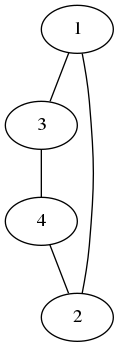
The Graphviz diagram graph.dot.png in Boneau2007/VAA, before a commit. Its source is kept beside it as graph.dot.
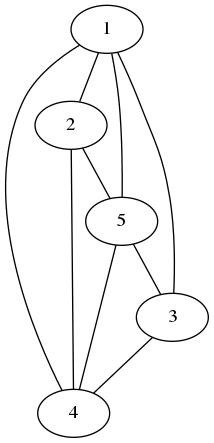
Later version of the same file.

Change to the diagram source:
```diff
@@ -1,6 +1,11 @@
 graph G {
-1 -- 3;
-2 -- 1;
+1 -- 2;
+2 -- 5;
+3 -- 1;
+4 -- 5;
+5 -- 1;
+1 -- 4;
+2 -- 4;
 3 -- 4;
-4 -- 2;
+5 -- 3;
 }
```
